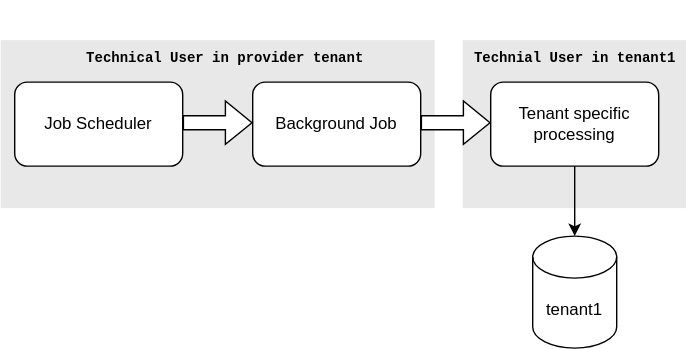
cap-js/docs keeps this draw.io diagram as java/assets/switchtenant.drawio.svg. Above is the earlier version. Source tidied: cells renumbered, new cells last; positions are measured from the earlier drawing's top-left corner, leaving out a move shared by most shapes. Its diagram source:
```xml
<mxGraphModel>
  <root>
    <mxCell id="0" />
    <mxCell id="1" parent="0" />
    <mxCell id="2" style="rounded=0;whiteSpace=wrap;html=1;fillColor=#E8E8E8;strokeColor=none;" parent="1" vertex="1">
      <mxGeometry x="330" y="10" width="160" height="120" as="geometry" />
    </mxCell>
    <mxCell id="3" value="&lt;pre&gt;&lt;font style=&quot;font-size: 10px;&quot;&gt;Technial User in tenant1&lt;/font&gt;&lt;/pre&gt;" style="text;strokeColor=none;fillColor=none;html=1;fontSize=24;fontStyle=1;verticalAlign=middle;align=center;" parent="1" vertex="1">
      <mxGeometry x="360" width="100" height="40" as="geometry" />
    </mxCell>
    <mxCell id="4" style="rounded=0;whiteSpace=wrap;html=1;fillColor=#E8E8E8;strokeColor=none;" parent="1" vertex="1">
      <mxGeometry y="10" width="310" height="120" as="geometry" />
    </mxCell>
    <mxCell id="5" value="Background Job" style="rounded=1;whiteSpace=wrap;html=1;" parent="1" vertex="1">
      <mxGeometry x="180" y="40" width="120" height="60" as="geometry" />
    </mxCell>
    <mxCell id="6" value="Job Scheduler" style="rounded=1;whiteSpace=wrap;html=1;" parent="1" vertex="1">
      <mxGeometry x="10" y="40" width="120" height="60" as="geometry" />
    </mxCell>
    <mxCell id="7" style="shape=flexArrow;endArrow=classic;html=1;rounded=0;entryX=0;entryY=0.5;entryDx=0;entryDy=0;exitX=1;exitY=0.5;exitDx=0;exitDy=0;fillColor=#FFFFFF;" parent="1" edge="1">
      <mxGeometry relative="1" as="geometry">
        <mxPoint x="130" y="69" as="sourcePoint" />
        <mxPoint x="180" y="69" as="targetPoint" />
      </mxGeometry>
    </mxCell>
    <mxCell id="8" value="Tenant specific processing" style="rounded=1;whiteSpace=wrap;html=1;" parent="1" vertex="1">
      <mxGeometry x="350" y="40" width="120" height="60" as="geometry" />
    </mxCell>
    <mxCell id="9" value="tenant1" style="shape=cylinder3;whiteSpace=wrap;html=1;boundedLbl=1;backgroundOutline=1;size=15;" parent="1" vertex="1">
      <mxGeometry x="380" y="150" width="60" height="80" as="geometry" />
    </mxCell>
    <mxCell id="10" value="&lt;pre&gt;&lt;font style=&quot;font-size: 10px;&quot;&gt;Technical User in provider tenant&lt;/font&gt;&lt;/pre&gt;" style="text;strokeColor=none;fillColor=none;html=1;fontSize=24;fontStyle=1;verticalAlign=middle;align=center;" parent="1" vertex="1">
      <mxGeometry x="110" width="100" height="40" as="geometry" />
    </mxCell>
    <mxCell id="11" style="shape=flexArrow;endArrow=classic;html=1;rounded=0;entryX=0;entryY=0.5;entryDx=0;entryDy=0;exitX=1;exitY=0.5;exitDx=0;exitDy=0;fillColor=#FFFFFF;" parent="1" edge="1">
      <mxGeometry relative="1" as="geometry">
        <mxPoint x="300" y="69" as="sourcePoint" />
        <mxPoint x="350" y="69" as="targetPoint" />
      </mxGeometry>
    </mxCell>
    <mxCell id="12" style="endArrow=classic;html=1;rounded=0;entryX=0.5;entryY=0;entryDx=0;entryDy=0;entryPerimeter=0;exitX=0.5;exitY=1;exitDx=0;exitDy=0;" parent="1" edge="1" source="8" target="9">
      <mxGeometry relative="1" as="geometry" />
    </mxCell>
  </root>
</mxGraphModel>
```
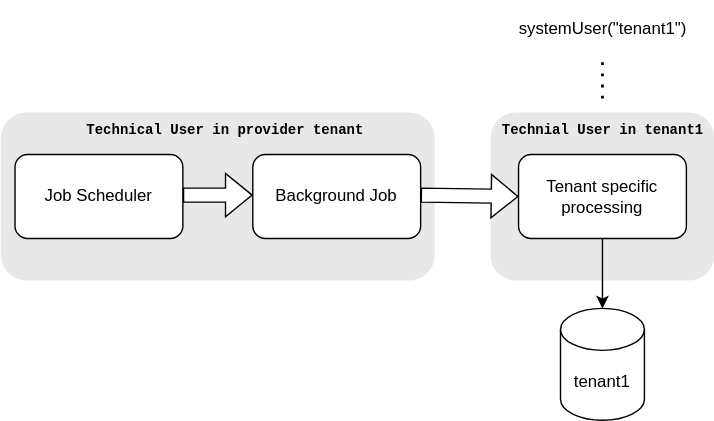
After the change.

Commit message:
incorporate feedback into diagrams

Change to the diagram source:
```diff
@@ -2,13 +2,13 @@
   <root>
     <mxCell id="0" />
     <mxCell id="1" parent="0" />
-    <mxCell id="2" style="rounded=0;whiteSpace=wrap;html=1;fillColor=#E8E8E8;strokeColor=none;" parent="1" vertex="1">
-      <mxGeometry x="330" y="10" width="160" height="120" as="geometry" />
+    <mxCell id="2" style="rounded=1;whiteSpace=wrap;html=1;fillColor=#E8E8E8;strokeColor=none;" parent="1" vertex="1">
+      <mxGeometry x="350" y="10" width="160" height="120" as="geometry" />
     </mxCell>
     <mxCell id="3" value="&lt;pre&gt;&lt;font style=&quot;font-size: 10px;&quot;&gt;Technial User in tenant1&lt;/font&gt;&lt;/pre&gt;" style="text;strokeColor=none;fillColor=none;html=1;fontSize=24;fontStyle=1;verticalAlign=middle;align=center;" parent="1" vertex="1">
-      <mxGeometry x="360" width="100" height="40" as="geometry" />
+      <mxGeometry x="380" width="100" height="40" as="geometry" />
     </mxCell>
-    <mxCell id="4" style="rounded=0;whiteSpace=wrap;html=1;fillColor=#E8E8E8;strokeColor=none;" parent="1" vertex="1">
+    <mxCell id="4" style="rounded=1;whiteSpace=wrap;html=1;fillColor=#E8E8E8;strokeColor=none;" parent="1" vertex="1">
       <mxGeometry y="10" width="310" height="120" as="geometry" />
     </mxCell>
     <mxCell id="5" value="Background Job" style="rounded=1;whiteSpace=wrap;html=1;" parent="1" vertex="1">
@@ -24,22 +24,27 @@
       </mxGeometry>
     </mxCell>
     <mxCell id="8" value="Tenant specific processing" style="rounded=1;whiteSpace=wrap;html=1;" parent="1" vertex="1">
-      <mxGeometry x="350" y="40" width="120" height="60" as="geometry" />
+      <mxGeometry x="370" y="40" width="120" height="60" as="geometry" />
     </mxCell>
     <mxCell id="9" value="tenant1" style="shape=cylinder3;whiteSpace=wrap;html=1;boundedLbl=1;backgroundOutline=1;size=15;" parent="1" vertex="1">
-      <mxGeometry x="380" y="150" width="60" height="80" as="geometry" />
+      <mxGeometry x="400" y="150" width="60" height="80" as="geometry" />
     </mxCell>
     <mxCell id="10" value="&lt;pre&gt;&lt;font style=&quot;font-size: 10px;&quot;&gt;Technical User in provider tenant&lt;/font&gt;&lt;/pre&gt;" style="text;strokeColor=none;fillColor=none;html=1;fontSize=24;fontStyle=1;verticalAlign=middle;align=center;" parent="1" vertex="1">
       <mxGeometry x="110" width="100" height="40" as="geometry" />
     </mxCell>
-    <mxCell id="11" style="shape=flexArrow;endArrow=classic;html=1;rounded=0;entryX=0;entryY=0.5;entryDx=0;entryDy=0;exitX=1;exitY=0.5;exitDx=0;exitDy=0;fillColor=#FFFFFF;" parent="1" edge="1">
+    <mxCell id="11" style="shape=flexArrow;endArrow=classic;html=1;rounded=0;entryX=0;entryY=0.5;entryDx=0;entryDy=0;exitX=1;exitY=0.5;exitDx=0;exitDy=0;fillColor=#FFFFFF;" parent="1" edge="1" target="8">
       <mxGeometry relative="1" as="geometry">
         <mxPoint x="300" y="69" as="sourcePoint" />
-        <mxPoint x="350" y="69" as="targetPoint" />
       </mxGeometry>
     </mxCell>
     <mxCell id="12" style="endArrow=classic;html=1;rounded=0;entryX=0.5;entryY=0;entryDx=0;entryDy=0;entryPerimeter=0;exitX=0.5;exitY=1;exitDx=0;exitDy=0;" parent="1" edge="1" source="8" target="9">
       <mxGeometry relative="1" as="geometry" />
     </mxCell>
+    <mxCell id="13" value="systemUser(&quot;tenant1&quot;)" style="text;strokeColor=none;fillColor=none;html=1;fontSize=12;fontStyle=0;verticalAlign=middle;align=center;" parent="1" vertex="1">
+      <mxGeometry x="380" y="-70" width="100" height="40" as="geometry" />
+    </mxCell>
+    <mxCell id="14" style="endArrow=none;dashed=1;html=1;dashPattern=1 3;strokeWidth=2;rounded=0;entryX=0.5;entryY=1;entryDx=0;entryDy=0;" parent="1" edge="1" source="3" target="13">
+      <mxGeometry relative="1" as="geometry" />
+    </mxCell>
   </root>
 </mxGraphModel>
```
